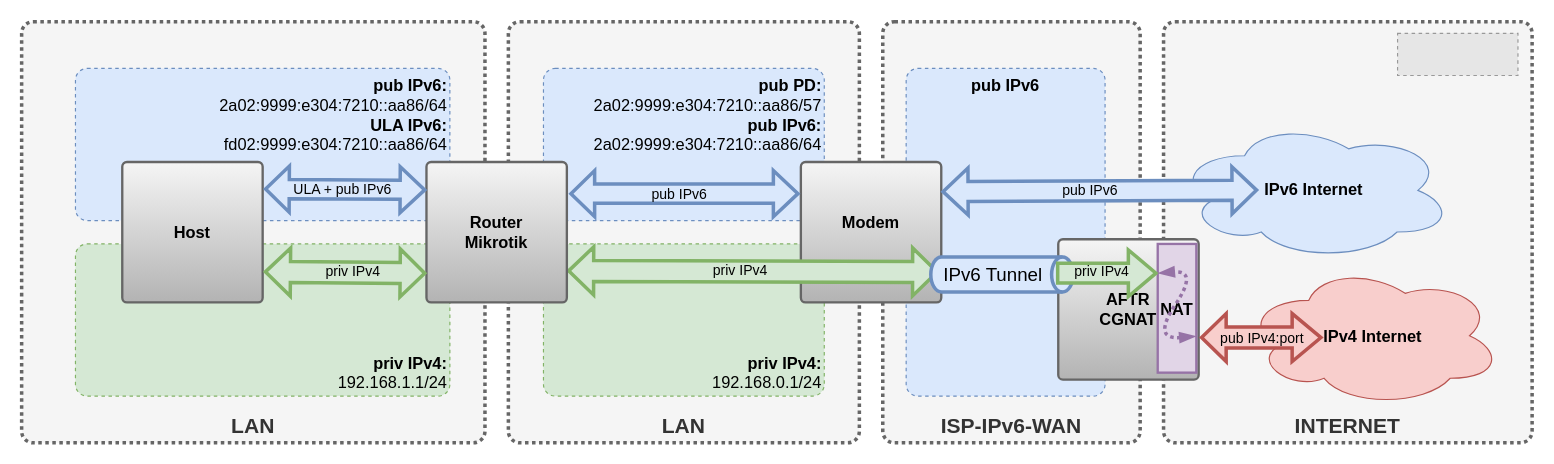
This is mikrotik-setup.drawio from nean-and-i/IPv6-home, a draw.io file, before an edit. Source tidied: cells renumbered, new cells numbered last; positions are measured from the earlier drawing's top-left corner, leaving out a move shared by most shapes. Both pictures are drawn from the tidied source at 117%, with x=0, y=0 at pixel (21, 21). Pictures stored in the file or linked from it are replaced by grey dashed boxes.
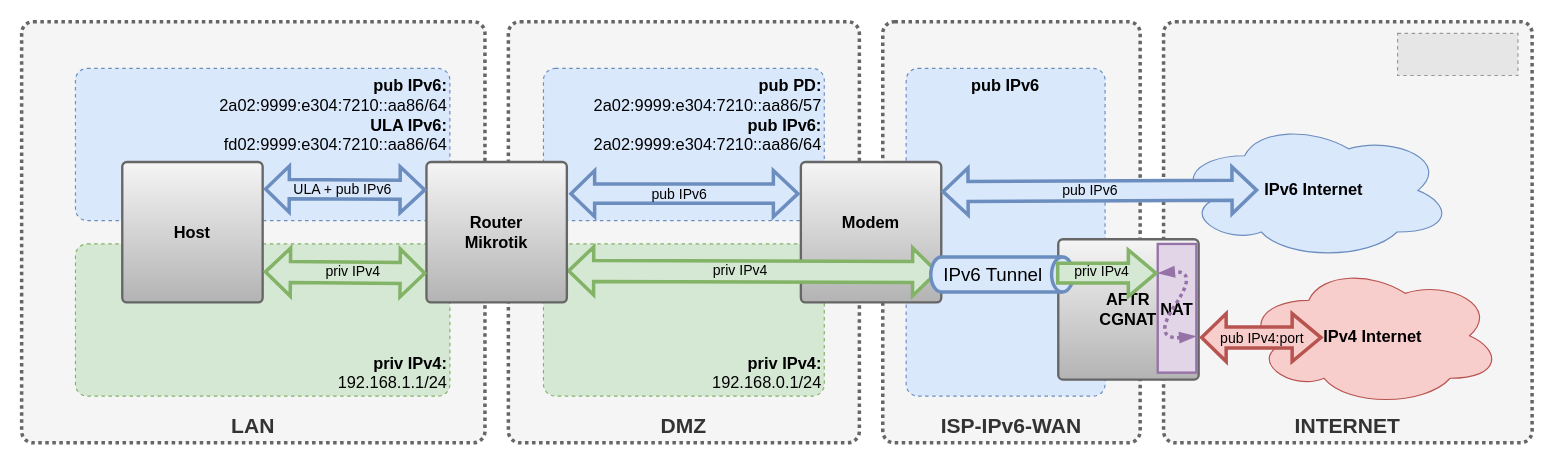
The same diagram, later.

What changed in the source:
```diff
@@
-    <mxCell id="2" value="&lt;font style=&quot;&quot;&gt;&lt;b style=&quot;&quot;&gt;&lt;font style=&quot;font-size: 18px;&quot;&gt;LAN&lt;/font&gt;&lt;/b&gt;&lt;br&gt;&lt;/font&gt;" style="rounded=1;whiteSpace=wrap;html=1;absoluteArcSize=1;verticalAlign=bottom;align=center;fillColor=#f5f5f5;dashed=1;strokeWidth=3;dashPattern=1 1;perimeterSpacing=0;strokeColor=#666666;fontColor=#333333;" parent="1" vertex="1">
+    <mxCell id="2" value="&lt;font style=&quot;&quot;&gt;&lt;b style=&quot;&quot;&gt;&lt;font style=&quot;font-size: 18px;&quot;&gt;DMZ&lt;/font&gt;&lt;/b&gt;&lt;br&gt;&lt;/font&gt;" style="rounded=1;whiteSpace=wrap;html=1;absoluteArcSize=1;verticalAlign=bottom;align=center;fillColor=#f5f5f5;dashed=1;strokeWidth=3;dashPattern=1 1;perimeterSpacing=0;strokeColor=#666666;fontColor=#333333;" parent="1" vertex="1">
       <mxGeometry x="416" width="300" height="360" as="geometry" />
     </mxCell>
```
